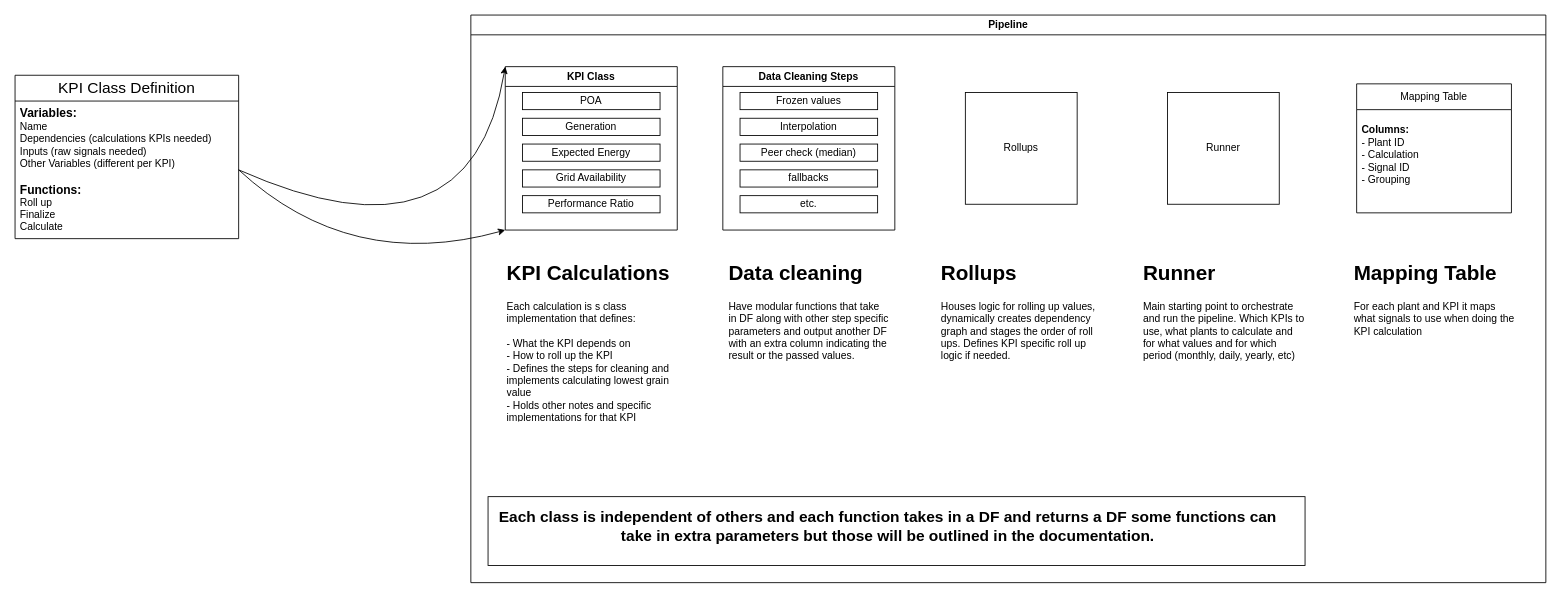
Above: eSpark.drawio in TreeHubW/eSpark-Migration (draw.io), before the change. Source tidied: cells renumbered, new cells numbered last; positions are measured from the earlier drawing's top-left corner, leaving out a move shared by most shapes. Both pictures are drawn from the tidied source at 86%, with x=0, y=0 at pixel (15, 15).
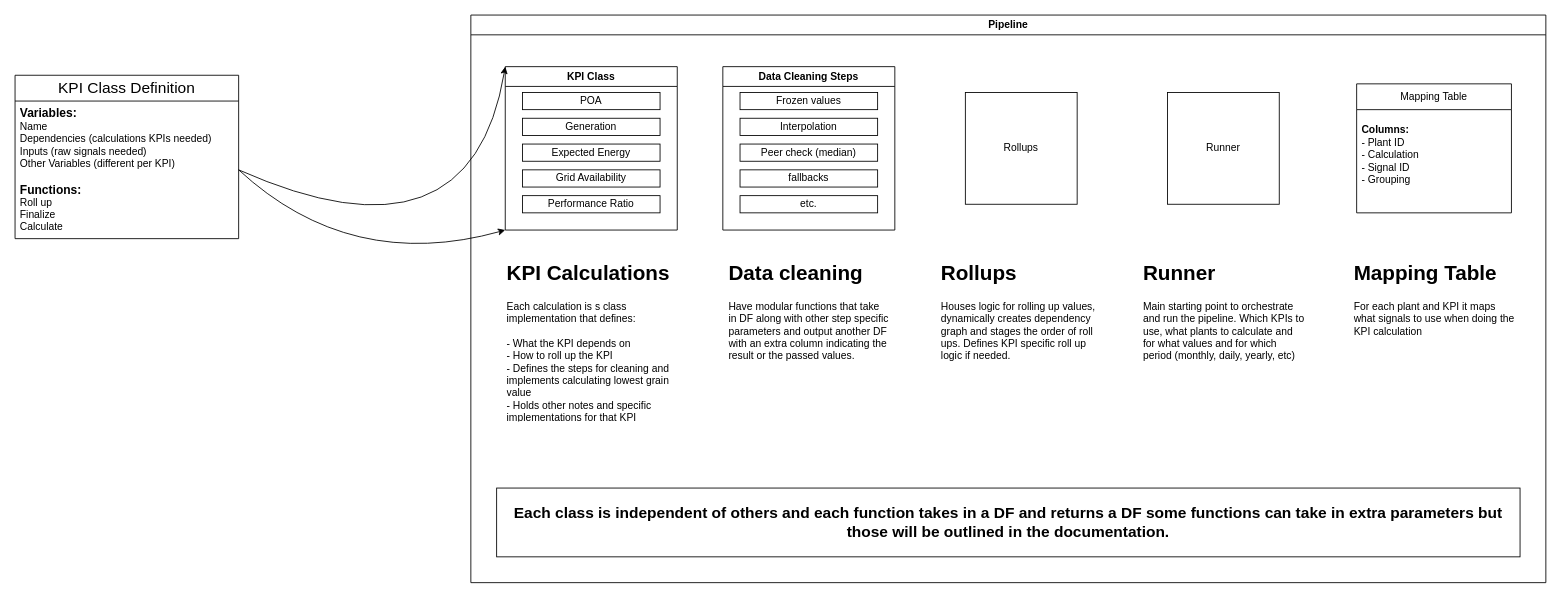
Above is the later version.

The change refers to these unchanged cells:
```xml
<mxCell id="2" value="Pipeline" style="swimlane;whiteSpace=wrap;html=1;" parent="1" vertex="1">
  <mxGeometry x="530" width="1250" height="660" as="geometry" />
</mxCell>
```

The edit, as a diff of the source:
```diff
@@
-    <mxCell id="3" style="rounded=0;whiteSpace=wrap;html=1;" parent="2" vertex="1">
-      <mxGeometry x="20" y="560" width="950" height="80" as="geometry" />
+    <mxCell id="3" value="&lt;b&gt;&lt;font style=&quot;font-size: 18px;&quot;&gt;Each class is independent of others and each function takes in a DF and returns a DF some functions can take in extra parameters but those will be outlined in the documentation.&lt;/font&gt;&lt;/b&gt;" style="rounded=0;whiteSpace=wrap;html=1;" parent="2" vertex="1">
+      <mxGeometry x="30" y="550" width="1190" height="80" as="geometry" />
     </mxCell>
@@
-    <mxCell id="22" value="&lt;b&gt;&lt;font style=&quot;font-size: 18px;&quot;&gt;Each class is independent of others and each function takes in a DF and returns a DF some functions can take in extra parameters but those will be outlined in the documentation.&lt;/font&gt;&lt;/b&gt;" style="text;html=1;whiteSpace=wrap;strokeColor=none;fillColor=none;align=center;verticalAlign=middle;rounded=0;" parent="2" vertex="1">
-      <mxGeometry x="20" y="560" width="930" height="70" as="geometry" />
-    </mxCell>
```
